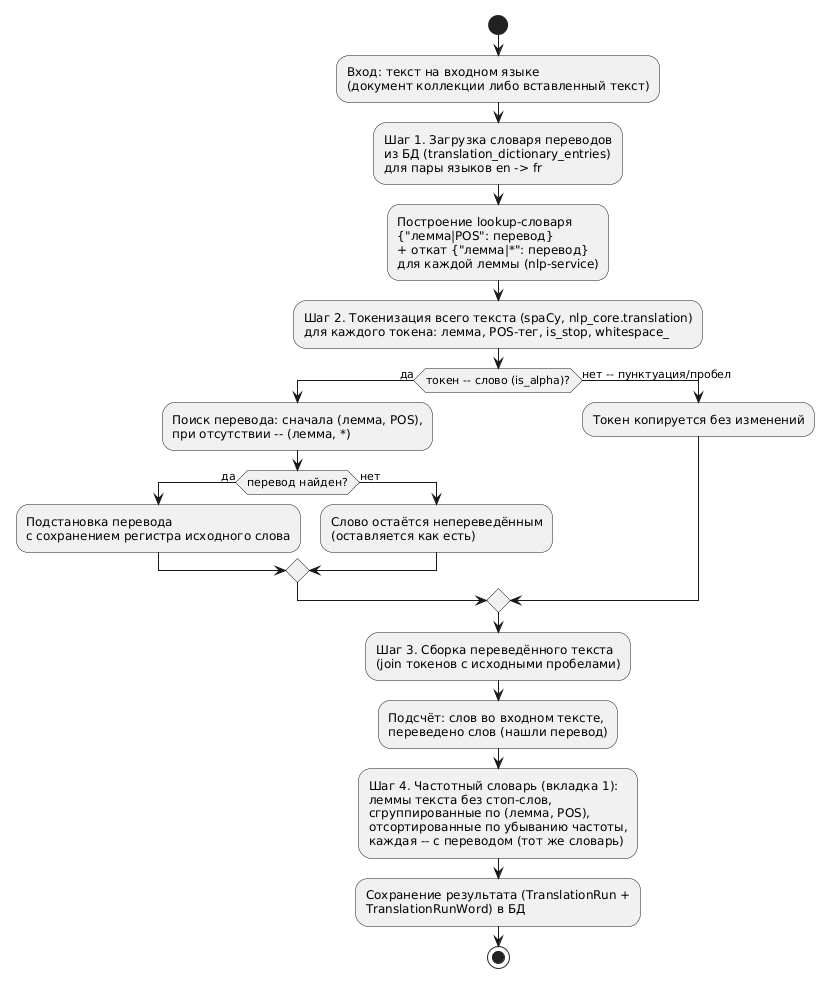
Before: reports/lr4/lab/diagrams/generated/translation-pipeline.png, a diagram exported from PlantUML (slavikovics/LanguageProcessing).
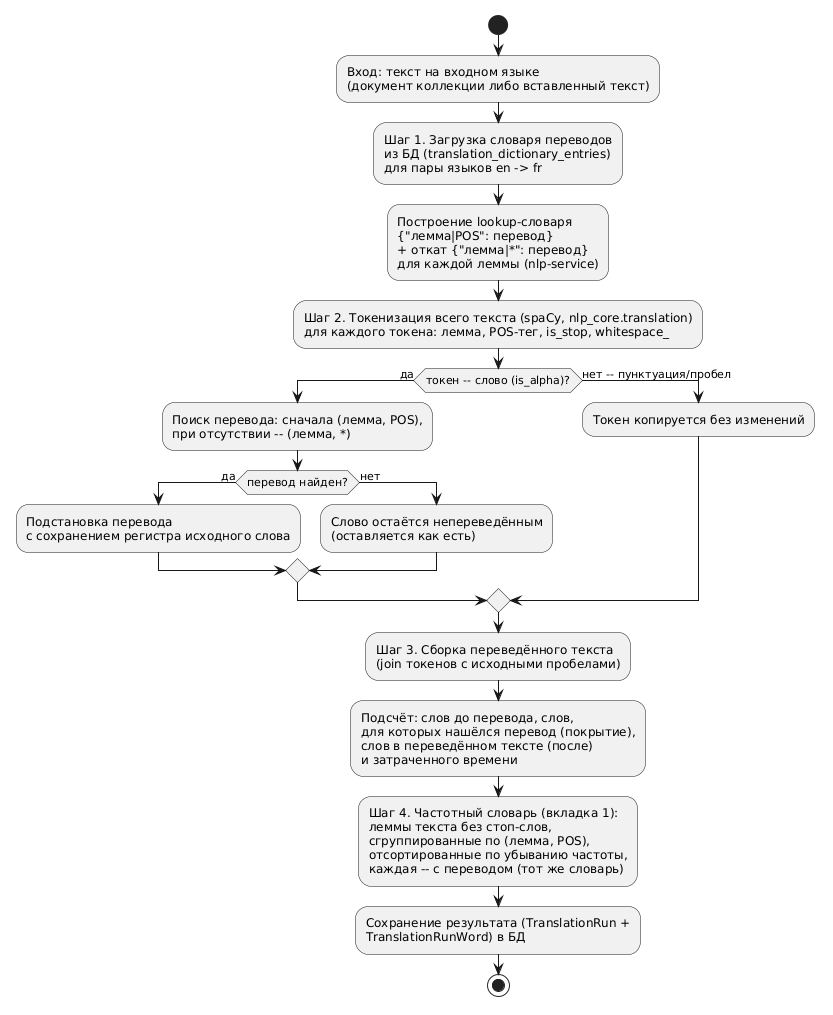
The same diagram one commit later.

Commit message:
Update LR4 report for translation test runs and full MUSE dictionary

Diff of the diagram source:
```diff
@@ -21,7 +21,7 @@
 endif
 
 :Шаг 3. Сборка переведённого текста\n(join токенов с исходными пробелами);
-:Подсчёт: слов во входном тексте,\nпереведено слов (нашли перевод);
+:Подсчёт: слов до перевода, слов,\nдля которых нашёлся перевод (покрытие),\nслов в переведённом тексте (после)\nи затраченного времени;
 
 :Шаг 4. Частотный словарь (вкладка 1):\nлеммы текста без стоп-слов,\nсгруппированные по (лемма, POS),\nотсортированные по убыванию частоты,\nкаждая -- с переводом (тот же словарь);
 
```
